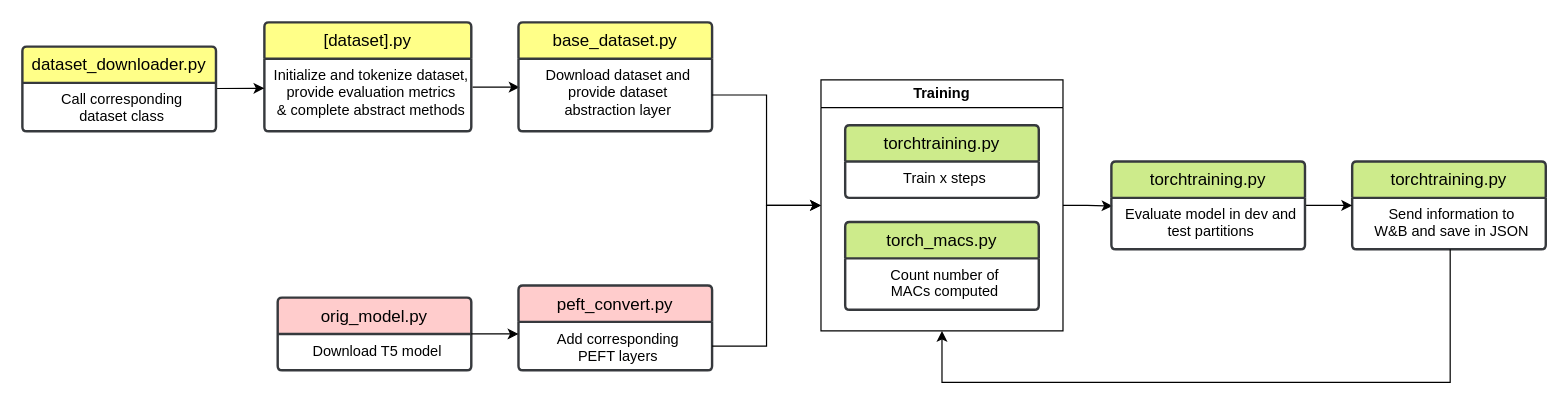
Before: assets/PEFT.drawio in Markel/PEFT-by-time, a draw.io diagram. Source tidied: cells renumbered, new cells numbered last; positions are measured from the earlier drawing's top-left corner, leaving out a move shared by most shapes. Both pictures are drawn from the tidied source at 121%, with x=0, y=0 at pixel (22, 22).
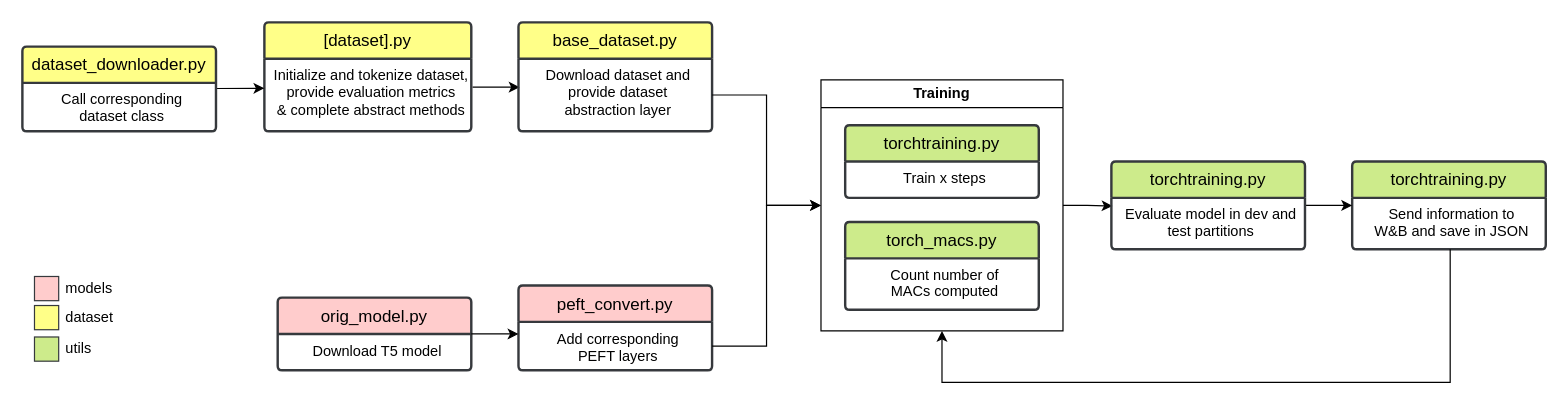
Above is the later version.

Commit message (it also covers changes not shown here):
Add legend to diagram

What changed in the source:
```diff
@@
+    <mxCell id="29" style="group;" parent="1" vertex="1">
+      <mxGeometry x="10" y="210" width="84" height="20" as="geometry" />
+    </mxCell>
+    <mxCell id="30" style="rounded=0;whiteSpace=wrap;html=1;fillColor=#ffcccc;strokeColor=#36393d;" parent="29" vertex="1">
+      <mxGeometry width="20" height="20" as="geometry" />
+    </mxCell>
+    <mxCell id="31" value="models" style="text;html=1;strokeColor=none;fillColor=none;align=left;verticalAlign=middle;whiteSpace=wrap;rounded=0;" parent="29" vertex="1">
+      <mxGeometry x="24" width="60" height="20" as="geometry" />
+    </mxCell>
+    <mxCell id="32" style="group;" parent="1" vertex="1">
+      <mxGeometry x="10" y="234" width="84" height="20" as="geometry" />
+    </mxCell>
+    <mxCell id="33" style="rounded=0;whiteSpace=wrap;html=1;fillColor=#ffff88;strokeColor=#36393d;" parent="32" vertex="1">
+      <mxGeometry width="20" height="20" as="geometry" />
+    </mxCell>
+    <mxCell id="34" value="dataset" style="text;html=1;strokeColor=none;fillColor=none;align=left;verticalAlign=middle;whiteSpace=wrap;rounded=0;" parent="32" vertex="1">
+      <mxGeometry x="24" width="60" height="20" as="geometry" />
+    </mxCell>
+    <mxCell id="35" style="rounded=0;whiteSpace=wrap;html=1;fillColor=#cdeb8b;strokeColor=#36393d;" parent="1" vertex="1">
+      <mxGeometry x="10" y="260" width="20" height="20" as="geometry" />
+    </mxCell>
+    <mxCell id="36" value="utils" style="text;html=1;strokeColor=none;fillColor=none;align=left;verticalAlign=middle;whiteSpace=wrap;rounded=0;" parent="1" vertex="1">
+      <mxGeometry x="34" y="260" width="60" height="20" as="geometry" />
+    </mxCell>
```
